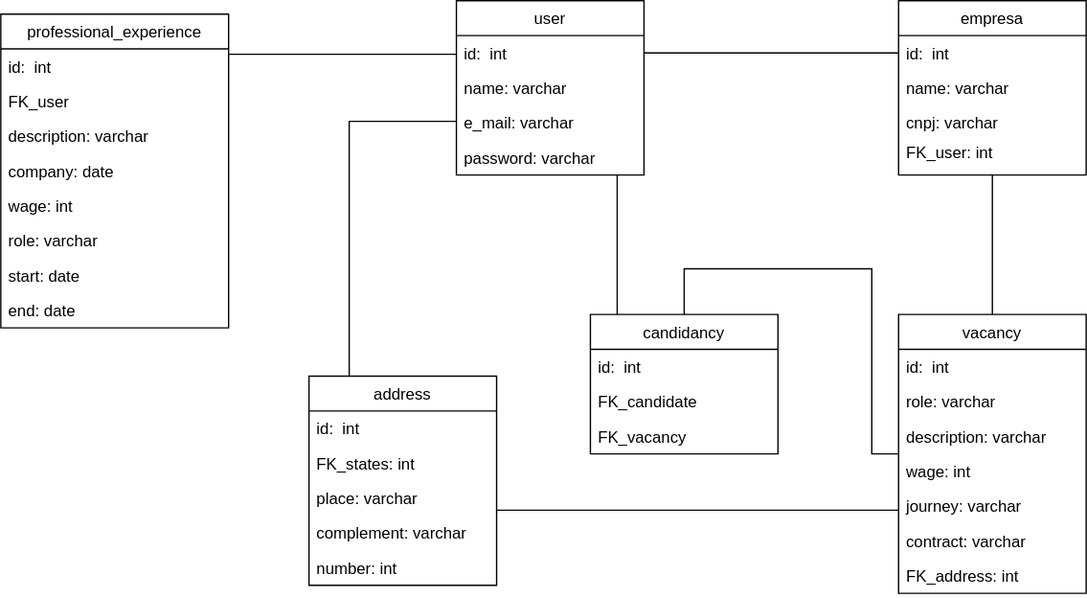
Earlier version of the draw.io export vagas/diagramas/entidades.svg (jonnathas/estudo). Source tidied: cells renumbered, new cells last; positions are measured from the earlier drawing's top-left corner, leaving out a move shared by most shapes.
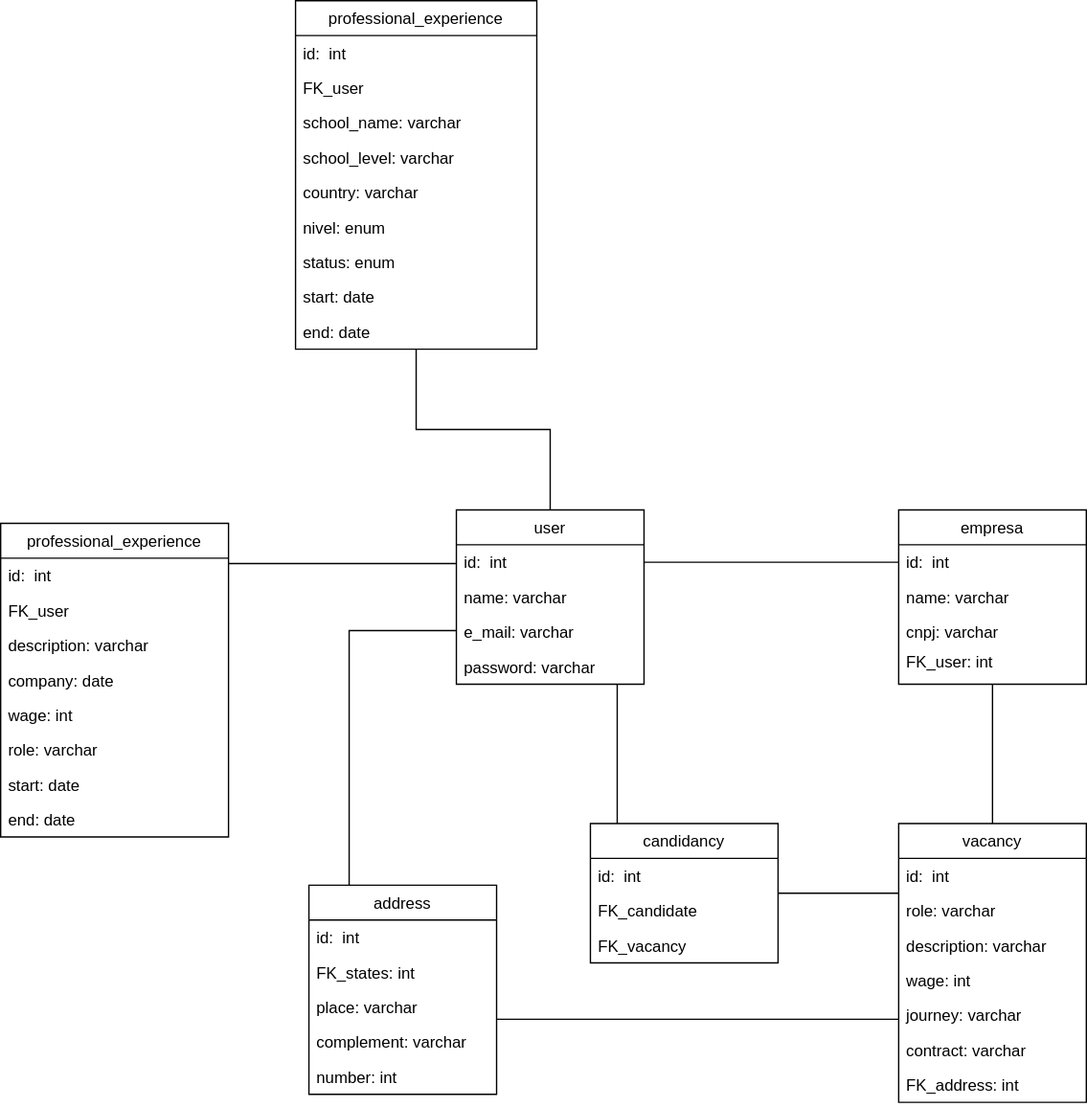
The same file after the commit.

Commit message:
Adicionando entidade experiencias

The edit, as a diff of the source:
```diff
@@ -10,6 +10,9 @@
         </Array>
       </mxGeometry>
     </mxCell>
+    <mxCell id="46" style="edgeStyle=orthogonalEdgeStyle;rounded=0;jettySize=auto;html=1;endArrow=none;endFill=0;" parent="1" edge="1" source="3" target="47">
+      <mxGeometry relative="1" as="geometry" />
+    </mxCell>
     <mxCell id="3" value="user" style="swimlane;fontStyle=0;horizontal=1;startSize=26;fillColor=none;" parent="1" vertex="1">
       <mxGeometry x="340" width="140" height="130" as="geometry" />
     </mxCell>
@@ -82,9 +85,8 @@
     <mxCell id="23" style="edgeStyle=orthogonalEdgeStyle;rounded=0;jettySize=auto;html=1;endArrow=none;endFill=0;" parent="1" edge="1" source="24" target="32">
       <mxGeometry relative="1" as="geometry">
         <Array as="points">
-          <mxPoint x="650" y="338" />
-          <mxPoint x="650" y="200" />
-          <mxPoint x="510" y="200" />
+          <mxPoint x="660" y="286" />
+          <mxPoint x="660" y="286" />
         </Array>
       </mxGeometry>
     </mxCell>
@@ -159,5 +161,35 @@
         </Array>
       </mxGeometry>
     </mxCell>
+    <mxCell id="47" value="professional_experience" style="swimlane;fontStyle=0;horizontal=1;startSize=26;fillColor=none;" parent="1" vertex="1">
+      <mxGeometry x="220" y="-380" width="180" height="260" as="geometry" />
+    </mxCell>
+    <mxCell id="48" value="id:  int" style="text;strokeColor=none;fillColor=none;align=left;verticalAlign=top;spacingLeft=4;spacingRight=4;overflow=hidden;" parent="47" vertex="1">
+      <mxGeometry y="26" width="180" height="26" as="geometry" />
+    </mxCell>
+    <mxCell id="49" value="FK_user" style="text;strokeColor=none;fillColor=none;align=left;verticalAlign=top;spacingLeft=4;spacingRight=4;overflow=hidden;" parent="47" vertex="1">
+      <mxGeometry y="52" width="180" height="26" as="geometry" />
+    </mxCell>
+    <mxCell id="50" value="school_name: varchar" style="text;strokeColor=none;fillColor=none;align=left;verticalAlign=top;spacingLeft=4;spacingRight=4;overflow=hidden;" parent="47" vertex="1">
+      <mxGeometry y="78" width="180" height="26" as="geometry" />
+    </mxCell>
+    <mxCell id="51" value="school_level: varchar" style="text;strokeColor=none;fillColor=none;align=left;verticalAlign=top;spacingLeft=4;spacingRight=4;overflow=hidden;" parent="47" vertex="1">
+      <mxGeometry y="104" width="180" height="26" as="geometry" />
+    </mxCell>
+    <mxCell id="52" value="country: varchar" style="text;strokeColor=none;fillColor=none;align=left;verticalAlign=top;spacingLeft=4;spacingRight=4;overflow=hidden;" parent="47" vertex="1">
+      <mxGeometry y="130" width="180" height="26" as="geometry" />
+    </mxCell>
+    <mxCell id="53" value="nivel: enum" style="text;strokeColor=none;fillColor=none;align=left;verticalAlign=top;spacingLeft=4;spacingRight=4;overflow=hidden;" parent="47" vertex="1">
+      <mxGeometry y="156" width="180" height="26" as="geometry" />
+    </mxCell>
+    <mxCell id="54" value="status: enum" style="text;strokeColor=none;fillColor=none;align=left;verticalAlign=top;spacingLeft=4;spacingRight=4;overflow=hidden;" parent="47" vertex="1">
+      <mxGeometry y="182" width="180" height="26" as="geometry" />
+    </mxCell>
+    <mxCell id="55" value="start: date" style="text;strokeColor=none;fillColor=none;align=left;verticalAlign=top;spacingLeft=4;spacingRight=4;overflow=hidden;" parent="47" vertex="1">
+      <mxGeometry y="208" width="180" height="26" as="geometry" />
+    </mxCell>
+    <mxCell id="56" value="end: date" style="text;strokeColor=none;fillColor=none;align=left;verticalAlign=top;spacingLeft=4;spacingRight=4;overflow=hidden;" parent="47" vertex="1">
+      <mxGeometry y="234" width="180" height="26" as="geometry" />
+    </mxCell>
   </root>
 </mxGraphModel>
```
